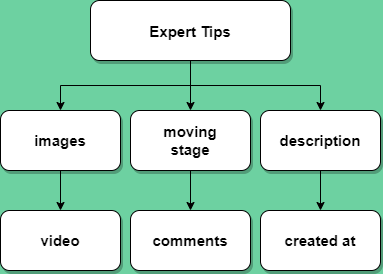
This is Documents/design/Files_For_Byron/USER_Database.png from LP-76/load.in, a draw.io export, as it was before one commit. Source tidied: cells renumbered, new cells last; positions are measured from the earlier drawing's top-left corner, leaving out a move shared by most shapes.
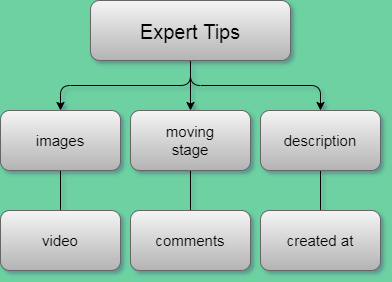
After the change.

Diff of the diagram source:
```diff
@@ -1,44 +1,44 @@
-<mxGraphModel background="#6DD1A1">
+<mxGraphModel background="#6DD1A1" shadow="1">
   <root>
     <mxCell id="0" />
     <mxCell id="1" parent="0" />
-    <mxCell id="2" style="edgeStyle=orthogonalEdgeStyle;rounded=0;jettySize=auto;html=1;" parent="1" edge="1" source="5" target="7">
+    <mxCell id="2" style="edgeStyle=orthogonalEdgeStyle;jettySize=auto;html=1;" parent="1" edge="1" source="5" target="7">
       <mxGeometry relative="1" as="geometry" />
     </mxCell>
-    <mxCell id="3" style="edgeStyle=orthogonalEdgeStyle;rounded=0;jettySize=auto;html=1;" parent="1" edge="1" source="5" target="9">
+    <mxCell id="3" style="edgeStyle=orthogonalEdgeStyle;jettySize=auto;html=1;" parent="1" edge="1" source="5" target="9">
       <mxGeometry relative="1" as="geometry" />
     </mxCell>
-    <mxCell id="4" style="edgeStyle=orthogonalEdgeStyle;rounded=0;jettySize=auto;html=1;" parent="1" edge="1" source="5" target="11">
+    <mxCell id="4" style="edgeStyle=orthogonalEdgeStyle;jettySize=auto;html=1;" parent="1" edge="1" source="5" target="11">
       <mxGeometry relative="1" as="geometry" />
     </mxCell>
-    <mxCell id="5" value="Expert Tips" style="rounded=1;shadow=1;fontStyle=1;fontSize=15;fillColor=#FFFFFF;" parent="1" vertex="1">
+    <mxCell id="5" value="Expert Tips" style="fontSize=20;fillColor=#f5f5f5;strokeColor=#666666;gradientColor=#b3b3b3;rounded=1;" parent="1" vertex="1">
       <mxGeometry x="90" width="200" height="60" as="geometry" />
     </mxCell>
-    <mxCell id="6" style="edgeStyle=orthogonalEdgeStyle;rounded=0;jettySize=auto;html=1;" parent="1" edge="1" source="7" target="12">
+    <mxCell id="6" style="edgeStyle=orthogonalEdgeStyle;jettySize=auto;html=1;endArrow=none;endFill=0;" parent="1" edge="1" source="7" target="12">
       <mxGeometry relative="1" as="geometry" />
     </mxCell>
-    <mxCell id="7" value="images" style="whiteSpace=wrap;html=1;rounded=1;shadow=1;fontSize=15;fontStyle=1;fillColor=#FFFFFF;" parent="1" vertex="1">
+    <mxCell id="7" value="images" style="whiteSpace=wrap;html=1;fontSize=15;fillColor=#f5f5f5;strokeColor=#666666;gradientColor=#b3b3b3;rounded=1;" parent="1" vertex="1">
       <mxGeometry y="110" width="120" height="60" as="geometry" />
     </mxCell>
-    <mxCell id="8" style="edgeStyle=orthogonalEdgeStyle;rounded=0;jettySize=auto;html=1;" parent="1" edge="1" source="9" target="13">
+    <mxCell id="8" style="edgeStyle=orthogonalEdgeStyle;jettySize=auto;html=1;endFill=0;endArrow=none;" parent="1" edge="1" source="9" target="13">
       <mxGeometry relative="1" as="geometry" />
     </mxCell>
-    <mxCell id="9" value="moving&lt;br&gt;stage" style="whiteSpace=wrap;html=1;rounded=1;shadow=1;fontSize=15;fontStyle=1;fillColor=#FFFFFF;" parent="1" vertex="1">
+    <mxCell id="9" value="moving&lt;br&gt;stage" style="whiteSpace=wrap;html=1;fontSize=15;fillColor=#f5f5f5;strokeColor=#666666;gradientColor=#b3b3b3;rounded=1;" parent="1" vertex="1">
       <mxGeometry x="130" y="110" width="120" height="60" as="geometry" />
     </mxCell>
-    <mxCell id="10" style="edgeStyle=orthogonalEdgeStyle;rounded=0;jettySize=auto;html=1;" parent="1" edge="1" source="11" target="14">
+    <mxCell id="10" style="edgeStyle=orthogonalEdgeStyle;jettySize=auto;html=1;endFill=0;endArrow=none;" parent="1" edge="1" source="11" target="14">
       <mxGeometry relative="1" as="geometry" />
     </mxCell>
-    <mxCell id="11" value="description" style="whiteSpace=wrap;html=1;rounded=1;shadow=1;fontSize=15;fontStyle=1;fillColor=#FFFFFF;" parent="1" vertex="1">
+    <mxCell id="11" value="description" style="whiteSpace=wrap;html=1;fontSize=15;fillColor=#f5f5f5;strokeColor=#666666;gradientColor=#b3b3b3;rounded=1;" parent="1" vertex="1">
       <mxGeometry x="260" y="110" width="120" height="60" as="geometry" />
     </mxCell>
-    <mxCell id="12" value="video" style="whiteSpace=wrap;html=1;rounded=1;shadow=1;fontSize=15;fontStyle=1;fillColor=#FFFFFF;" parent="1" vertex="1">
+    <mxCell id="12" value="video" style="whiteSpace=wrap;html=1;fontSize=15;fillColor=#f5f5f5;strokeColor=#666666;gradientColor=#b3b3b3;rounded=1;" parent="1" vertex="1">
       <mxGeometry y="210" width="120" height="60" as="geometry" />
     </mxCell>
-    <mxCell id="13" value="comments" style="whiteSpace=wrap;html=1;rounded=1;shadow=1;fontSize=15;fontStyle=1;fillColor=#FFFFFF;" parent="1" vertex="1">
+    <mxCell id="13" value="comments" style="whiteSpace=wrap;html=1;fontSize=15;fillColor=#f5f5f5;strokeColor=#666666;gradientColor=#b3b3b3;rounded=1;" parent="1" vertex="1">
       <mxGeometry x="130" y="210" width="120" height="60" as="geometry" />
     </mxCell>
-    <mxCell id="14" value="created at" style="whiteSpace=wrap;html=1;rounded=1;shadow=1;fontSize=15;fontStyle=1;fillColor=#FFFFFF;" parent="1" vertex="1">
+    <mxCell id="14" value="created at" style="whiteSpace=wrap;html=1;fontSize=15;fillColor=#f5f5f5;strokeColor=#666666;gradientColor=#b3b3b3;rounded=1;" parent="1" vertex="1">
       <mxGeometry x="260" y="210" width="120" height="60" as="geometry" />
     </mxCell>
   </root>
```
